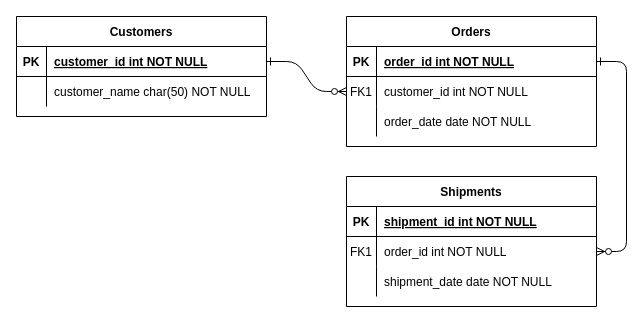
Before: Untitled Diagram.drawio in AlvinAlagos/E-CommerceProject, a draw.io diagram. Source tidied: cells renumbered, new cells numbered last; positions are measured from the earlier drawing's top-left corner, leaving out a move shared by most shapes. Both pictures are drawn from the tidied source at 100%, with x=0, y=0 at pixel (16, 16).
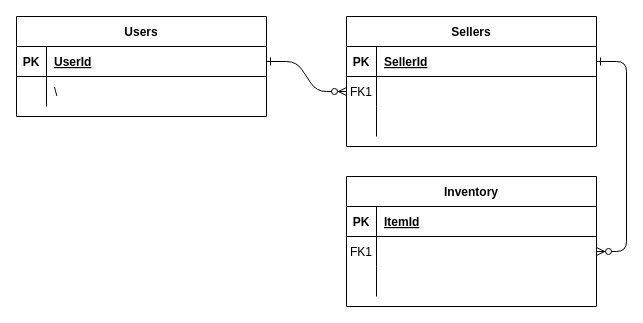
The same page after the edit.

The change refers to these unchanged cells:
```xml
<mxCell id="5" style="shape=partialRectangle;fillColor=none;points=[[0,0.5],[1,0.5]];portConstraint=eastwest;top=0;left=0;right=0;bottom=1;" parent="4" vertex="1">
  <mxGeometry y="30" width="250" height="30" as="geometry" />
</mxCell>
<mxCell id="8" style="shape=partialRectangle;fillColor=none;points=[[0,0.5],[1,0.5]];portConstraint=eastwest;top=0;left=0;right=0;bottom=0;" parent="4" vertex="1">
  <mxGeometry y="60" width="250" height="30" as="geometry" />
</mxCell>
<mxCell id="11" style="shape=partialRectangle;fillColor=none;top=0;left=0;right=0;bottom=0;" parent="4" vertex="1">
  <mxGeometry y="90" width="250" height="30" as="geometry" />
</mxCell>
<mxCell id="15" style="shape=partialRectangle;fillColor=none;top=0;left=0;right=0;bottom=1;" parent="14" vertex="1">
  <mxGeometry y="30" width="250" height="30" as="geometry" />
</mxCell>
<mxCell id="18" style="shape=partialRectangle;fillColor=none;points=[[0,0.5],[1,0.5]];portConstraint=eastwest;top=0;left=0;right=0;bottom=0;" parent="14" vertex="1">
  <mxGeometry y="60" width="250" height="30" as="geometry" />
</mxCell>
<mxCell id="21" style="shape=partialRectangle;fillColor=none;top=0;left=0;right=0;bottom=0;" parent="14" vertex="1">
  <mxGeometry y="90" width="250" height="30" as="geometry" />
</mxCell>
<mxCell id="25" style="shape=partialRectangle;fillColor=none;points=[[0,0.5],[1,0.5]];portConstraint=eastwest;top=0;left=0;right=0;bottom=1;" parent="24" vertex="1">
  <mxGeometry y="30" width="250" height="30" as="geometry" />
</mxCell>
<mxCell id="28" style="shape=partialRectangle;fillColor=none;top=0;left=0;right=0;bottom=0;" parent="24" vertex="1">
  <mxGeometry y="60" width="250" height="30" as="geometry" />
</mxCell>
```

The edit, as a diff of the source:
```diff
@@
-    <mxCell id="4" value="Orders" style="shape=table;startSize=30;childLayout=tableLayout;rowLines=0;fontStyle=1;align=center;" parent="1" vertex="1">
+    <mxCell id="4" value="Sellers" style="shape=table;startSize=30;childLayout=tableLayout;rowLines=0;fontStyle=1;align=center;" parent="1" vertex="1">
       <mxGeometry x="330" width="250" height="130" as="geometry" />
     </mxCell>
@@
-    <mxCell id="7" value="order_id int NOT NULL " style="shape=partialRectangle;overflow=hidden;fillColor=none;top=0;left=0;bottom=0;right=0;align=left;spacingLeft=6;fontStyle=5;" parent="5" vertex="1">
+    <mxCell id="7" value="SellerId" style="shape=partialRectangle;overflow=hidden;fillColor=none;top=0;left=0;bottom=0;right=0;align=left;spacingLeft=6;fontStyle=5;" parent="5" vertex="1">
       <mxGeometry x="30" width="220" height="30" as="geometry" />
     </mxCell>
@@
-    <mxCell id="10" value="customer_id int NOT NULL" style="shape=partialRectangle;overflow=hidden;fillColor=none;top=0;left=0;bottom=0;right=0;align=left;spacingLeft=6;" parent="8" vertex="1">
+    <mxCell id="10" style="shape=partialRectangle;overflow=hidden;fillColor=none;top=0;left=0;bottom=0;right=0;align=left;spacingLeft=6;" parent="8" vertex="1">
       <mxGeometry x="30" width="220" height="30" as="geometry" />
     </mxCell>
@@
-    <mxCell id="13" value="order_date date NOT NULL" style="shape=partialRectangle;overflow=hidden;fillColor=none;top=0;left=0;bottom=0;right=0;align=left;spacingLeft=6;" parent="11" vertex="1">
+    <mxCell id="13" style="shape=partialRectangle;overflow=hidden;fillColor=none;top=0;left=0;bottom=0;right=0;align=left;spacingLeft=6;" parent="11" vertex="1">
       <mxGeometry x="30" width="220" height="30" as="geometry" />
     </mxCell>
-    <mxCell id="14" value="Shipments" style="shape=table;startSize=30;childLayout=tableLayout;rowLines=0;fontStyle=1;align=center;" parent="1" vertex="1">
+    <mxCell id="14" value="Inventory" style="shape=table;startSize=30;childLayout=tableLayout;rowLines=0;fontStyle=1;align=center;" parent="1" vertex="1">
       <mxGeometry x="330" y="160" width="250" height="130" as="geometry" />
     </mxCell>
@@
-    <mxCell id="17" value="shipment_id int NOT NULL " style="shape=partialRectangle;overflow=hidden;fillColor=none;top=0;left=0;bottom=0;right=0;align=left;spacingLeft=6;fontStyle=5;" parent="15" vertex="1">
+    <mxCell id="17" value="ItemId" style="shape=partialRectangle;overflow=hidden;fillColor=none;top=0;left=0;bottom=0;right=0;align=left;spacingLeft=6;fontStyle=5;" parent="15" vertex="1">
       <mxGeometry x="30" width="220" height="30" as="geometry" />
     </mxCell>
@@
-    <mxCell id="20" value="order_id int NOT NULL" style="shape=partialRectangle;overflow=hidden;fillColor=none;top=0;left=0;bottom=0;right=0;align=left;spacingLeft=6;" parent="18" vertex="1">
+    <mxCell id="20" style="shape=partialRectangle;overflow=hidden;fillColor=none;top=0;left=0;bottom=0;right=0;align=left;spacingLeft=6;" parent="18" vertex="1">
       <mxGeometry x="30" width="220" height="30" as="geometry" />
     </mxCell>
@@
-    <mxCell id="23" value="shipment_date date NOT NULL" style="shape=partialRectangle;overflow=hidden;fillColor=none;top=0;left=0;bottom=0;right=0;align=left;spacingLeft=6;" parent="21" vertex="1">
+    <mxCell id="23" style="shape=partialRectangle;overflow=hidden;fillColor=none;top=0;left=0;bottom=0;right=0;align=left;spacingLeft=6;" parent="21" vertex="1">
       <mxGeometry x="30" width="220" height="30" as="geometry" />
     </mxCell>
-    <mxCell id="24" value="Customers" style="shape=table;startSize=30;childLayout=tableLayout;rowLines=0;fontStyle=1;align=center;" parent="1" vertex="1">
+    <mxCell id="24" value="Users" style="shape=table;startSize=30;childLayout=tableLayout;rowLines=0;fontStyle=1;align=center;" parent="1" vertex="1">
       <mxGeometry width="250" height="100" as="geometry" />
     </mxCell>
@@
-    <mxCell id="27" value="customer_id int NOT NULL " style="shape=partialRectangle;overflow=hidden;fillColor=none;top=0;left=0;bottom=0;right=0;align=left;spacingLeft=6;fontStyle=5;" parent="25" vertex="1">
+    <mxCell id="27" value="UserId" style="shape=partialRectangle;overflow=hidden;fillColor=none;top=0;left=0;bottom=0;right=0;align=left;spacingLeft=6;fontStyle=5;" parent="25" vertex="1">
       <mxGeometry x="30" width="220" height="30" as="geometry" />
     </mxCell>
@@
-    <mxCell id="30" value="customer_name char(50) NOT NULL" style="shape=partialRectangle;overflow=hidden;fillColor=none;top=0;left=0;bottom=0;right=0;align=left;spacingLeft=6;" parent="28" vertex="1">
+    <mxCell id="30" value="\" style="shape=partialRectangle;overflow=hidden;fillColor=none;top=0;left=0;bottom=0;right=0;align=left;spacingLeft=6;" parent="28" vertex="1">
       <mxGeometry x="30" width="220" height="30" as="geometry" />
     </mxCell>
```
